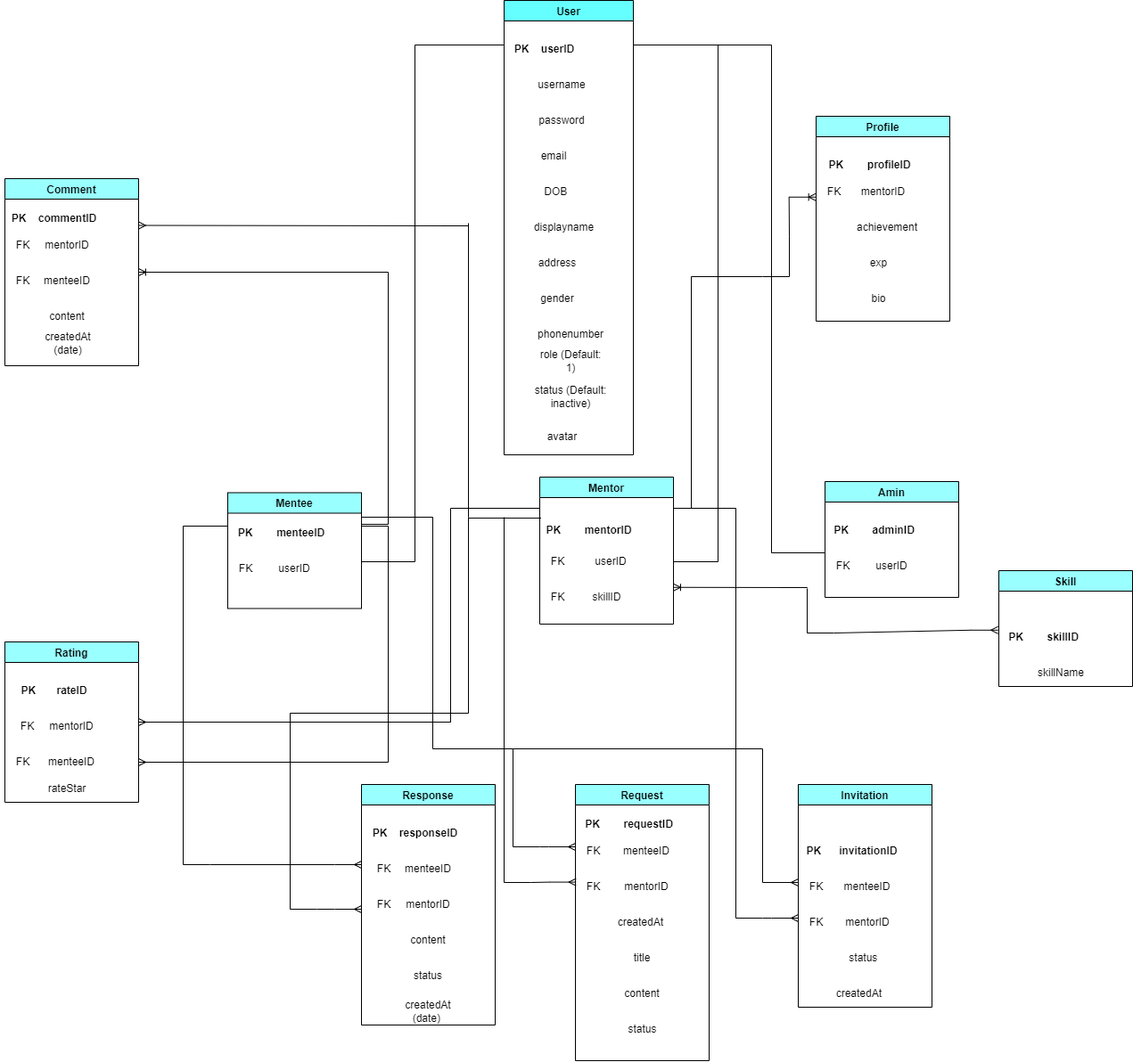
The draw.io diagram HappyProgramming_DB.drawio.png in dungdt23/SWP391_Document, before a commit. Source tidied: cells renumbered, new cells last; positions are measured from the earlier drawing's top-left corner, leaving out a move shared by most shapes.
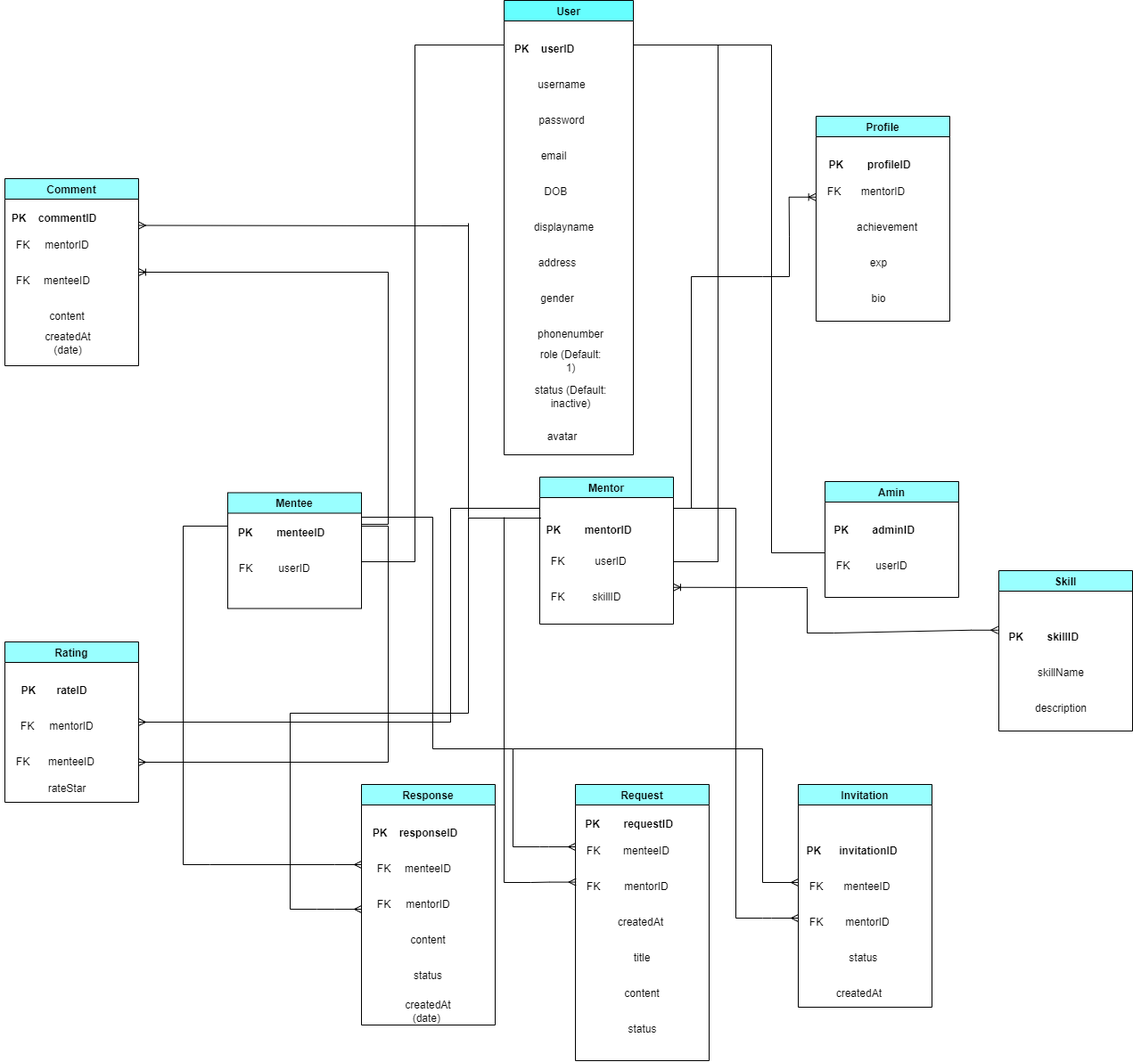
Later version of the same file.

Diff of the diagram source:
```diff
@@ -84,7 +84,7 @@
       <mxGeometry y="120" width="40" height="30" as="geometry" />
     </mxCell>
     <mxCell id="29" value="Skill" style="swimlane;startSize=23;fillColor=#99FFFF;" parent="1" vertex="1">
-      <mxGeometry x="1120" y="640" width="150" height="130" as="geometry" />
+      <mxGeometry x="1120" y="640" width="150" height="180" as="geometry" />
     </mxCell>
     <mxCell id="30" value="&lt;b&gt;PK&amp;nbsp; &amp;nbsp; &amp;nbsp; &amp;nbsp; skillID&lt;/b&gt;" style="text;html=1;align=center;verticalAlign=middle;points=[];strokeColor=none;fillColor=none;" parent="29" vertex="1">
       <mxGeometry y="60" width="100" height="30" as="geometry" />
@@ -92,6 +92,9 @@
     <mxCell id="31" value="skillName" style="text;html=1;strokeColor=none;fillColor=none;align=center;verticalAlign=middle;whiteSpace=wrap;rounded=0;" parent="29" vertex="1">
       <mxGeometry x="40" y="100" width="60" height="30" as="geometry" />
     </mxCell>
+    <mxCell id="124" value="description" style="text;html=1;strokeColor=none;fillColor=none;align=center;verticalAlign=middle;whiteSpace=wrap;rounded=0;" parent="29" vertex="1">
+      <mxGeometry x="40" y="140" width="60" height="30" as="geometry" />
+    </mxCell>
     <mxCell id="32" value="Request" style="swimlane;fillColor=#99FFFF;" parent="1" vertex="1">
       <mxGeometry x="645" y="880" width="150" height="310" as="geometry" />
     </mxCell>
```
